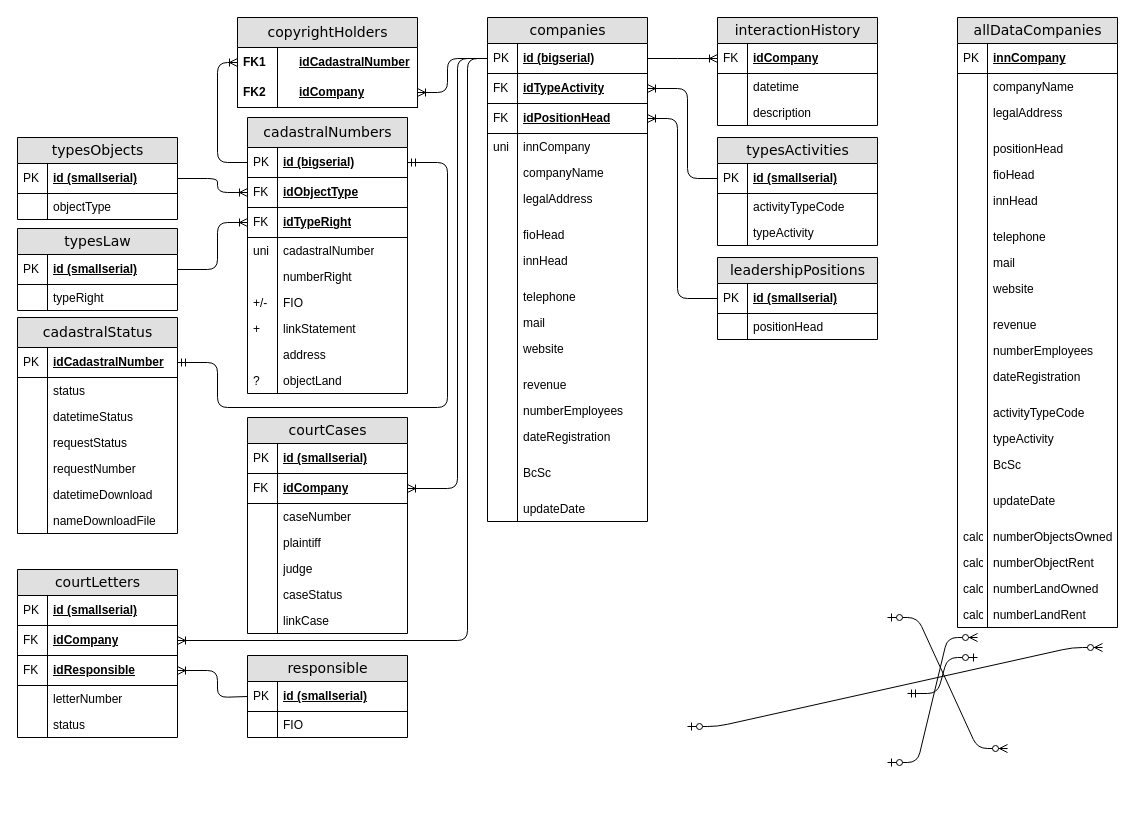
Earlier version of the draw.io diagram Диаграмма без названия.drawio (meadowse/factorial). Source tidied: cells renumbered, new cells numbered last; positions are measured from the earlier drawing's top-left corner, leaving out a move shared by most shapes. Both pictures are drawn from the tidied source at 100%, with x=0, y=0 at pixel (17, 17).
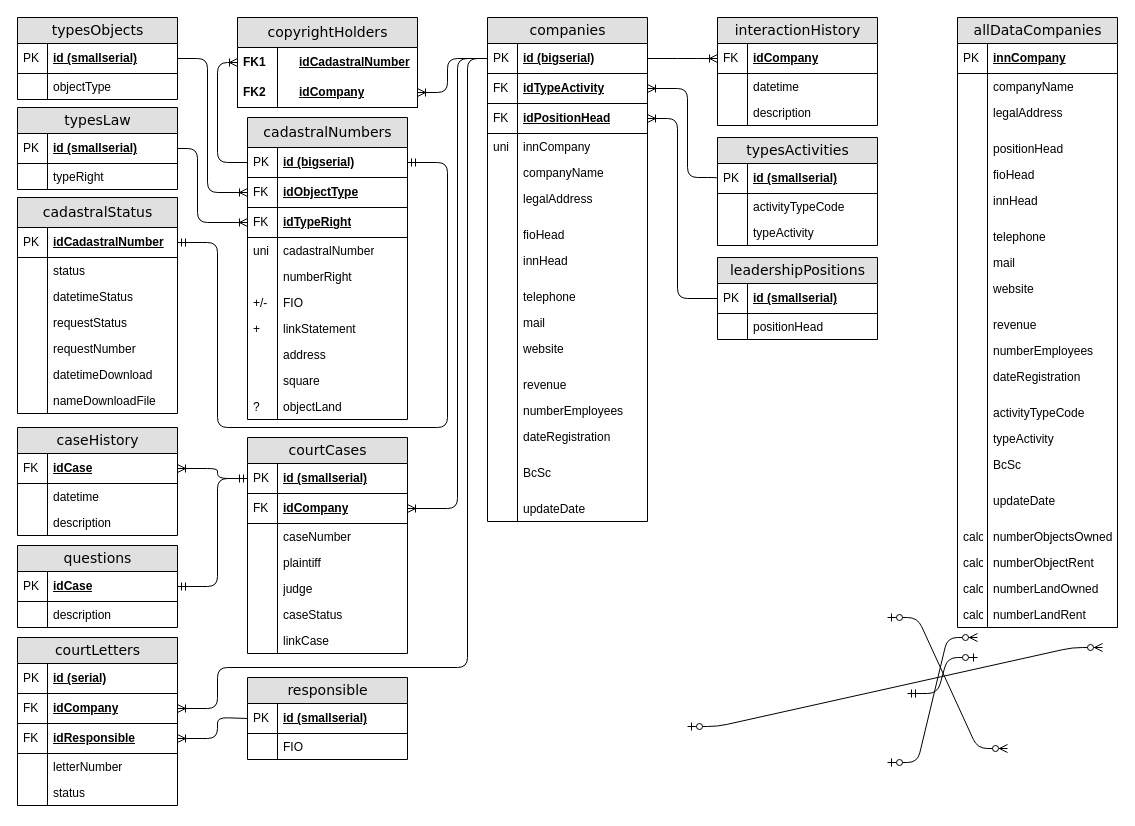
After the change.

Unchanged cells that the change refers to:
```xml
<mxCell id="8" value="id (bigserial)" style="shape=partialRectangle;top=0;left=0;right=0;bottom=1;html=1;align=left;verticalAlign=middle;fillColor=none;spacingLeft=34;spacingRight=4;whiteSpace=wrap;overflow=hidden;points=[[0,0.5],[1,0.5]];portConstraint=eastwest;fontStyle=5;" parent="7" vertex="1">
  <mxGeometry y="26" width="160" height="30" as="geometry" />
</mxCell>
<mxCell id="10" value="idTypeActivity" style="shape=partialRectangle;top=0;left=0;right=0;bottom=1;html=1;align=left;verticalAlign=middle;fillColor=none;spacingLeft=34;spacingRight=4;whiteSpace=wrap;overflow=hidden;points=[[0,0.5],[1,0.5]];portConstraint=eastwest;fontStyle=5;" parent="7" vertex="1">
  <mxGeometry y="56" width="160" height="30" as="geometry" />
</mxCell>
<mxCell id="51" value="id (smallserial)" style="shape=partialRectangle;top=0;left=0;right=0;bottom=1;html=1;align=left;verticalAlign=middle;fillColor=none;spacingLeft=34;spacingRight=4;whiteSpace=wrap;overflow=hidden;points=[[0,0.5],[1,0.5]];portConstraint=eastwest;fontStyle=5;" parent="50" vertex="1">
  <mxGeometry y="26" width="160" height="30" as="geometry" />
</mxCell>
<mxCell id="70" value="id (bigserial)" style="shape=partialRectangle;top=0;left=0;right=0;bottom=1;html=1;align=left;verticalAlign=middle;fillColor=none;spacingLeft=34;spacingRight=4;whiteSpace=wrap;overflow=hidden;points=[[0,0.5],[1,0.5]];portConstraint=eastwest;fontStyle=5;" parent="69" vertex="1">
  <mxGeometry y="30" width="160" height="30" as="geometry" />
</mxCell>
<mxCell id="72" value="idObjectType" style="shape=partialRectangle;top=0;left=0;right=0;bottom=1;html=1;align=left;verticalAlign=middle;fillColor=none;spacingLeft=34;spacingRight=4;whiteSpace=wrap;overflow=hidden;points=[[0,0.5],[1,0.5]];portConstraint=eastwest;fontStyle=5;" parent="69" vertex="1">
  <mxGeometry y="60" width="160" height="30" as="geometry" />
</mxCell>
<mxCell id="74" value="idTypeRight" style="shape=partialRectangle;top=0;left=0;right=0;bottom=1;html=1;align=left;verticalAlign=middle;fillColor=none;spacingLeft=34;spacingRight=4;whiteSpace=wrap;overflow=hidden;points=[[0,0.5],[1,0.5]];portConstraint=eastwest;fontStyle=5;" parent="69" vertex="1">
  <mxGeometry y="90" width="160" height="30" as="geometry" />
</mxCell>
<mxCell id="151" value="id (smallserial)" style="shape=partialRectangle;top=0;left=0;right=0;bottom=1;html=1;align=left;verticalAlign=middle;fillColor=none;spacingLeft=34;spacingRight=4;whiteSpace=wrap;overflow=hidden;points=[[0,0.5],[1,0.5]];portConstraint=eastwest;fontStyle=5;" parent="150" vertex="1">
  <mxGeometry y="26" width="160" height="30" as="geometry" />
</mxCell>
<mxCell id="156" value="id (smallserial)" style="shape=partialRectangle;top=0;left=0;right=0;bottom=1;html=1;align=left;verticalAlign=middle;fillColor=none;spacingLeft=34;spacingRight=4;whiteSpace=wrap;overflow=hidden;points=[[0,0.5],[1,0.5]];portConstraint=eastwest;fontStyle=5;" parent="155" vertex="1">
  <mxGeometry y="26" width="160" height="30" as="geometry" />
</mxCell>
<mxCell id="163" value="idCadastralNumber" style="shape=partialRectangle;top=0;left=0;right=0;bottom=1;html=1;align=left;verticalAlign=middle;fillColor=none;spacingLeft=34;spacingRight=4;whiteSpace=wrap;overflow=hidden;points=[[0,0.5],[1,0.5]];portConstraint=eastwest;fontStyle=5;" parent="162" vertex="1">
  <mxGeometry y="30" width="160" height="30" as="geometry" />
</mxCell>
<mxCell id="179" value="id (smallserial)" style="shape=partialRectangle;top=0;left=0;right=0;bottom=1;html=1;align=left;verticalAlign=middle;fillColor=none;spacingLeft=34;spacingRight=4;whiteSpace=wrap;overflow=hidden;points=[[0,0.5],[1,0.5]];portConstraint=eastwest;fontStyle=5;" parent="178" vertex="1">
  <mxGeometry y="26" width="160" height="30" as="geometry" />
</mxCell>
<mxCell id="181" value="idCompany" style="shape=partialRectangle;top=0;left=0;right=0;bottom=1;html=1;align=left;verticalAlign=middle;fillColor=none;spacingLeft=34;spacingRight=4;whiteSpace=wrap;overflow=hidden;points=[[0,0.5],[1,0.5]];portConstraint=eastwest;fontStyle=5;" parent="178" vertex="1">
  <mxGeometry y="56" width="160" height="30" as="geometry" />
</mxCell>
<mxCell id="197" value="idCompany" style="shape=partialRectangle;top=0;left=0;right=0;bottom=1;html=1;align=left;verticalAlign=middle;fillColor=none;spacingLeft=34;spacingRight=4;whiteSpace=wrap;overflow=hidden;points=[[0,0.5],[1,0.5]];portConstraint=eastwest;fontStyle=5;" parent="194" vertex="1">
  <mxGeometry y="56" width="160" height="30" as="geometry" />
</mxCell>
<mxCell id="199" value="idResponsible" style="shape=partialRectangle;top=0;left=0;right=0;bottom=1;html=1;align=left;verticalAlign=middle;fillColor=none;spacingLeft=34;spacingRight=4;whiteSpace=wrap;overflow=hidden;points=[[0,0.5],[1,0.5]];portConstraint=eastwest;fontStyle=5;" parent="194" vertex="1">
  <mxGeometry y="86" width="160" height="30" as="geometry" />
</mxCell>
<mxCell id="207" value="id (smallserial)" style="shape=partialRectangle;top=0;left=0;right=0;bottom=1;html=1;align=left;verticalAlign=middle;fillColor=none;spacingLeft=34;spacingRight=4;whiteSpace=wrap;overflow=hidden;points=[[0,0.5],[1,0.5]];portConstraint=eastwest;fontStyle=5;" parent="206" vertex="1">
  <mxGeometry y="26" width="160" height="30" as="geometry" />
</mxCell>
```

Diff of the diagram source:
```diff
@@
     <mxCell id="62" style="edgeStyle=orthogonalEdgeStyle;html=1;endArrow=ERoneToMany;startArrow=none;labelBackgroundColor=none;fontFamily=Verdana;fontSize=14;exitX=0;exitY=0.5;endFill=0;startFill=0;entryX=1;entryY=0.5;entryDx=0;entryDy=0;" parent="1" edge="1" source="51" target="10">
       <mxGeometry relative="1" as="geometry">
         <Array as="points">
-          <mxPoint x="670" y="161" />
+          <mxPoint x="700" y="160" />
+          <mxPoint x="670" y="160" />
           <mxPoint x="670" y="71" />
         </Array>
       </mxGeometry>
     </mxCell>
@@
     <mxCell id="69" value="cadastralNumbers" style="swimlane;html=1;fontStyle=0;horizontal=1;startSize=30;fillColor=#e0e0e0;swimlaneFillColor=#ffffff;align=center;rounded=0;shadow=0;comic=0;labelBackgroundColor=none;strokeWidth=1;fontFamily=Verdana;fontSize=14;" parent="1" vertex="1">
-      <mxGeometry x="230" y="100" width="160" height="276" as="geometry" />
+      <mxGeometry x="230" y="100" width="160" height="302" as="geometry" />
     </mxCell>
@@
-    <mxCell id="86" value="objectLand" style="shape=partialRectangle;top=0;left=0;right=0;bottom=0;html=1;align=left;verticalAlign=top;fillColor=none;spacingLeft=34;spacingRight=4;whiteSpace=wrap;overflow=hidden;" parent="69" vertex="1">
+    <mxCell id="86" value="square" style="shape=partialRectangle;top=0;left=0;right=0;bottom=0;html=1;align=left;verticalAlign=top;fillColor=none;spacingLeft=34;spacingRight=4;whiteSpace=wrap;overflow=hidden;" parent="69" vertex="1">
       <mxGeometry y="250" width="160" height="26" as="geometry" />
     </mxCell>
-    <mxCell id="87" value="?" style="shape=partialRectangle;top=0;left=0;bottom=0;html=1;fillColor=none;align=left;verticalAlign=top;spacingLeft=4;spacingRight=4;whiteSpace=wrap;overflow=hidden;" parent="86" vertex="1">
+    <mxCell id="87" style="shape=partialRectangle;top=0;left=0;bottom=0;html=1;fillColor=none;align=left;verticalAlign=top;spacingLeft=4;spacingRight=4;whiteSpace=wrap;overflow=hidden;" parent="86" vertex="1">
       <mxGeometry width="30" height="26" as="geometry" />
     </mxCell>
+    <mxCell id="212" value="objectLand" style="shape=partialRectangle;top=0;left=0;right=0;bottom=0;html=1;align=left;verticalAlign=top;fillColor=none;spacingLeft=34;spacingRight=4;whiteSpace=wrap;overflow=hidden;" parent="69" vertex="1">
+      <mxGeometry y="276" width="160" height="26" as="geometry" />
+    </mxCell>
+    <mxCell id="213" value="?" style="shape=partialRectangle;top=0;left=0;bottom=0;html=1;fillColor=none;align=left;verticalAlign=top;spacingLeft=4;spacingRight=4;whiteSpace=wrap;overflow=hidden;" parent="212" vertex="1">
+      <mxGeometry width="30" height="26" as="geometry" />
+    </mxCell>
@@
     <mxCell id="89" style="edgeStyle=orthogonalEdgeStyle;html=1;endArrow=none;endFill=0;labelBackgroundColor=none;fontFamily=Verdana;fontSize=14;entryX=1;entryY=0.5;entryDx=0;entryDy=0;exitX=0;exitY=0.5;exitDx=0;exitDy=0;startArrow=ERoneToMany;startFill=0;" parent="1" edge="1" source="72" target="151">
       <mxGeometry relative="1" as="geometry">
         <Array as="points">
-          <mxPoint x="200" y="175" />
-          <mxPoint x="200" y="161" />
+          <mxPoint x="190" y="175" />
+          <mxPoint x="190" y="41" />
         </Array>
       </mxGeometry>
     </mxCell>
@@
     <mxCell id="150" value="typesObjects" style="swimlane;html=1;fontStyle=0;horizontal=1;startSize=26;fillColor=#e0e0e0;swimlaneFillColor=#ffffff;align=center;rounded=0;shadow=0;comic=0;labelBackgroundColor=none;strokeWidth=1;fontFamily=Verdana;fontSize=14;" parent="1" vertex="1">
-      <mxGeometry y="120" width="160" height="82" as="geometry" />
+      <mxGeometry width="160" height="82" as="geometry" />
     </mxCell>
@@
     <mxCell id="155" value="typesLaw" style="swimlane;html=1;fontStyle=0;horizontal=1;startSize=26;fillColor=#e0e0e0;swimlaneFillColor=#ffffff;align=center;rounded=0;shadow=0;comic=0;labelBackgroundColor=none;strokeWidth=1;fontFamily=Verdana;fontSize=14;" parent="1" vertex="1">
-      <mxGeometry y="211" width="160" height="82" as="geometry" />
+      <mxGeometry y="90" width="160" height="82" as="geometry" />
     </mxCell>
@@
     <mxCell id="161" style="edgeStyle=orthogonalEdgeStyle;html=1;endArrow=none;endFill=0;labelBackgroundColor=none;fontFamily=Verdana;fontSize=14;entryX=1;entryY=0.5;entryDx=0;entryDy=0;exitX=0;exitY=0.5;exitDx=0;exitDy=0;startArrow=ERoneToMany;startFill=0;" parent="1" edge="1" source="74" target="156">
       <mxGeometry relative="1" as="geometry">
         <Array as="points">
-          <mxPoint x="200" y="205" />
-          <mxPoint x="200" y="252" />
+          <mxPoint x="180" y="205" />
+          <mxPoint x="180" y="131" />
         </Array>
       </mxGeometry>
     </mxCell>
     <mxCell id="162" value="cadastralStatus" style="swimlane;html=1;fontStyle=0;horizontal=1;startSize=30;fillColor=#e0e0e0;swimlaneFillColor=#ffffff;align=center;rounded=0;shadow=0;comic=0;labelBackgroundColor=none;strokeWidth=1;fontFamily=Verdana;fontSize=14;" parent="1" vertex="1">
-      <mxGeometry y="300" width="160" height="216" as="geometry" />
+      <mxGeometry y="180" width="160" height="216" as="geometry" />
     </mxCell>
@@
     <mxCell id="177" style="edgeStyle=orthogonalEdgeStyle;html=1;endArrow=ERmandOne;endFill=0;labelBackgroundColor=none;fontFamily=Verdana;fontSize=14;entryX=1;entryY=0.5;entryDx=0;entryDy=0;exitX=1;exitY=0.5;exitDx=0;exitDy=0;startArrow=ERmandOne;startFill=0;" parent="1" edge="1" source="70" target="163">
       <mxGeometry relative="1" as="geometry">
         <Array as="points">
           <mxPoint x="430" y="145" />
-          <mxPoint x="430" y="390" />
-          <mxPoint x="200" y="390" />
-          <mxPoint x="200" y="345" />
+          <mxPoint x="430" y="410" />
+          <mxPoint x="200" y="410" />
+          <mxPoint x="200" y="225" />
         </Array>
       </mxGeometry>
     </mxCell>
     <mxCell id="178" value="courtСases" style="swimlane;html=1;fontStyle=0;horizontal=1;startSize=26;fillColor=#e0e0e0;swimlaneFillColor=#ffffff;align=center;rounded=0;shadow=0;comic=0;labelBackgroundColor=none;strokeWidth=1;fontFamily=Verdana;fontSize=14;" parent="1" vertex="1">
-      <mxGeometry x="230" y="400" width="160" height="216" as="geometry" />
+      <mxGeometry x="230" y="420" width="160" height="216" as="geometry" />
     </mxCell>
@@
-    <mxCell id="193" style="edgeStyle=orthogonalEdgeStyle;html=1;endArrow=none;startArrow=ERoneToMany;labelBackgroundColor=none;fontFamily=Verdana;fontSize=14;exitX=1;exitY=0.5;exitDx=0;exitDy=0;entryX=0;entryY=0.5;entryDx=0;entryDy=0;endFill=0;startFill=0;" parent="1" edge="1" source="181" target="8">
+    <mxCell id="193" style="edgeStyle=orthogonalEdgeStyle;html=1;endArrow=none;startArrow=ERoneToMany;labelBackgroundColor=none;fontFamily=Verdana;fontSize=14;entryX=0;entryY=0.5;entryDx=0;entryDy=0;endFill=0;startFill=0;exitX=1;exitY=0.5;exitDx=0;exitDy=0;" parent="1" edge="1" source="181" target="8">
       <mxGeometry relative="1" as="geometry">
         <Array as="points">
-          <mxPoint x="440" y="471" />
+          <mxPoint x="440" y="491" />
           <mxPoint x="440" y="41" />
         </Array>
       </mxGeometry>
     </mxCell>
     <mxCell id="194" value="courtLetters" style="swimlane;html=1;fontStyle=0;horizontal=1;startSize=26;fillColor=#e0e0e0;swimlaneFillColor=#ffffff;align=center;rounded=0;shadow=0;comic=0;labelBackgroundColor=none;strokeWidth=1;fontFamily=Verdana;fontSize=14;" parent="1" vertex="1">
-      <mxGeometry y="552" width="160" height="168" as="geometry" />
+      <mxGeometry y="620" width="160" height="168" as="geometry" />
     </mxCell>
-    <mxCell id="195" value="id (smallserial)" style="shape=partialRectangle;top=0;left=0;right=0;bottom=1;html=1;align=left;verticalAlign=middle;fillColor=none;spacingLeft=34;spacingRight=4;whiteSpace=wrap;overflow=hidden;fontStyle=5;" parent="194" vertex="1">
+    <mxCell id="195" value="id (serial)" style="shape=partialRectangle;top=0;left=0;right=0;bottom=1;html=1;align=left;verticalAlign=middle;fillColor=none;spacingLeft=34;spacingRight=4;whiteSpace=wrap;overflow=hidden;fontStyle=5;" parent="194" vertex="1">
       <mxGeometry y="26" width="160" height="30" as="geometry" />
     </mxCell>
@@
     <mxCell id="205" style="edgeStyle=orthogonalEdgeStyle;html=1;endArrow=none;startArrow=ERoneToMany;labelBackgroundColor=none;fontFamily=Verdana;fontSize=14;exitX=1;exitY=0.5;exitDx=0;exitDy=0;entryX=0;entryY=0.5;entryDx=0;entryDy=0;endFill=0;startFill=0;" parent="1" edge="1" source="197" target="8">
       <mxGeometry relative="1" as="geometry">
         <Array as="points">
-          <mxPoint x="450" y="623" />
+          <mxPoint x="200" y="691" />
+          <mxPoint x="200" y="650" />
+          <mxPoint x="450" y="650" />
           <mxPoint x="450" y="41" />
         </Array>
       </mxGeometry>
     </mxCell>
     <mxCell id="206" value="responsible" style="swimlane;html=1;fontStyle=0;horizontal=1;startSize=26;fillColor=#e0e0e0;swimlaneFillColor=#ffffff;align=center;rounded=0;shadow=0;comic=0;labelBackgroundColor=none;strokeWidth=1;fontFamily=Verdana;fontSize=14;" parent="1" vertex="1">
-      <mxGeometry x="230" y="638" width="160" height="82" as="geometry" />
+      <mxGeometry x="230" y="660" width="160" height="82" as="geometry" />
     </mxCell>
@@
     <mxCell id="211" style="edgeStyle=orthogonalEdgeStyle;html=1;endArrow=none;startArrow=ERoneToMany;labelBackgroundColor=none;fontFamily=Verdana;fontSize=14;exitX=1;exitY=0.5;exitDx=0;exitDy=0;entryX=0;entryY=0.5;entryDx=0;entryDy=0;endFill=0;startFill=0;" parent="1" edge="1" source="199" target="207">
       <mxGeometry relative="1" as="geometry">
         <Array as="points">
-          <mxPoint x="200" y="653" />
-          <mxPoint x="200" y="680" />
+          <mxPoint x="200" y="721" />
+          <mxPoint x="200" y="700" />
         </Array>
       </mxGeometry>
     </mxCell>
+    <mxCell id="214" value="caseHistory" style="swimlane;html=1;fontStyle=0;horizontal=1;startSize=26;fillColor=#e0e0e0;swimlaneFillColor=#ffffff;align=center;rounded=0;shadow=0;comic=0;labelBackgroundColor=none;strokeWidth=1;fontFamily=Verdana;fontSize=14;" parent="1" vertex="1">
+      <mxGeometry y="410" width="160" height="108" as="geometry" />
+    </mxCell>
+    <mxCell id="215" value="idCase" style="shape=partialRectangle;top=0;left=0;right=0;bottom=1;html=1;align=left;verticalAlign=middle;fillColor=none;spacingLeft=34;spacingRight=4;whiteSpace=wrap;overflow=hidden;points=[[0,0.5],[1,0.5]];portConstraint=eastwest;fontStyle=5;" parent="214" vertex="1">
+      <mxGeometry y="26" width="160" height="30" as="geometry" />
+    </mxCell>
+    <mxCell id="216" value="FK" style="shape=partialRectangle;top=0;left=0;bottom=0;html=1;fillColor=none;align=left;verticalAlign=middle;spacingLeft=4;spacingRight=4;whiteSpace=wrap;overflow=hidden;" parent="215" vertex="1">
+      <mxGeometry width="30" height="30" as="geometry" />
+    </mxCell>
+    <mxCell id="217" value="datetime" style="shape=partialRectangle;top=0;left=0;right=0;bottom=0;html=1;align=left;verticalAlign=top;fillColor=none;spacingLeft=34;spacingRight=4;whiteSpace=wrap;overflow=hidden;" parent="214" vertex="1">
+      <mxGeometry y="56" width="160" height="26" as="geometry" />
+    </mxCell>
+    <mxCell id="218" style="shape=partialRectangle;top=0;left=0;bottom=0;html=1;fillColor=none;align=left;verticalAlign=top;spacingLeft=4;spacingRight=4;whiteSpace=wrap;overflow=hidden;" parent="217" vertex="1">
+      <mxGeometry width="30" height="26" as="geometry" />
+    </mxCell>
+    <mxCell id="219" value="description" style="shape=partialRectangle;top=0;left=0;right=0;bottom=0;html=1;align=left;verticalAlign=top;fillColor=none;spacingLeft=34;spacingRight=4;whiteSpace=wrap;overflow=hidden;" parent="214" vertex="1">
+      <mxGeometry y="82" width="160" height="26" as="geometry" />
+    </mxCell>
+    <mxCell id="220" style="shape=partialRectangle;top=0;left=0;bottom=0;html=1;fillColor=none;align=left;verticalAlign=top;spacingLeft=4;spacingRight=4;whiteSpace=wrap;overflow=hidden;" parent="219" vertex="1">
+      <mxGeometry width="30" height="26" as="geometry" />
+    </mxCell>
+    <mxCell id="221" style="edgeStyle=orthogonalEdgeStyle;html=1;endArrow=ERoneToMany;endFill=0;startArrow=none;labelBackgroundColor=none;fontFamily=Verdana;fontSize=14;exitX=0;exitY=0.5;entryX=1;entryY=0.5;entryDx=0;entryDy=0;exitDx=0;exitDy=0;startFill=0;" parent="1" edge="1" source="179" target="215">
+      <mxGeometry relative="1" as="geometry">
+        <Array as="points">
+          <mxPoint x="200" y="461" />
+          <mxPoint x="200" y="451" />
+        </Array>
+      </mxGeometry>
+    </mxCell>
+    <mxCell id="222" value="questions" style="swimlane;html=1;fontStyle=0;horizontal=1;startSize=26;fillColor=#e0e0e0;swimlaneFillColor=#ffffff;align=center;rounded=0;shadow=0;comic=0;labelBackgroundColor=none;strokeWidth=1;fontFamily=Verdana;fontSize=14;" parent="1" vertex="1">
+      <mxGeometry y="528" width="160" height="82" as="geometry" />
+    </mxCell>
+    <mxCell id="223" value="idCase" style="shape=partialRectangle;top=0;left=0;right=0;bottom=1;html=1;align=left;verticalAlign=middle;fillColor=none;spacingLeft=34;spacingRight=4;whiteSpace=wrap;overflow=hidden;points=[[0,0.5],[1,0.5]];portConstraint=eastwest;fontStyle=5;" parent="222" vertex="1">
+      <mxGeometry y="26" width="160" height="30" as="geometry" />
+    </mxCell>
+    <mxCell id="224" value="PK" style="shape=partialRectangle;top=0;left=0;bottom=0;html=1;fillColor=none;align=left;verticalAlign=middle;spacingLeft=4;spacingRight=4;whiteSpace=wrap;overflow=hidden;" parent="223" vertex="1">
+      <mxGeometry width="30" height="30" as="geometry" />
+    </mxCell>
+    <mxCell id="225" value="description" style="shape=partialRectangle;top=0;left=0;right=0;bottom=0;html=1;align=left;verticalAlign=top;fillColor=none;spacingLeft=34;spacingRight=4;whiteSpace=wrap;overflow=hidden;" parent="222" vertex="1">
+      <mxGeometry y="56" width="160" height="26" as="geometry" />
+    </mxCell>
+    <mxCell id="226" style="shape=partialRectangle;top=0;left=0;bottom=0;html=1;fillColor=none;align=left;verticalAlign=top;spacingLeft=4;spacingRight=4;whiteSpace=wrap;overflow=hidden;" parent="225" vertex="1">
+      <mxGeometry width="30" height="26" as="geometry" />
+    </mxCell>
+    <mxCell id="227" style="edgeStyle=orthogonalEdgeStyle;html=1;endArrow=ERmandOne;endFill=0;startArrow=ERmandOne;labelBackgroundColor=none;fontFamily=Verdana;fontSize=14;entryX=1;entryY=0.5;entryDx=0;entryDy=0;startFill=0;" parent="1" edge="1" target="223">
+      <mxGeometry relative="1" as="geometry">
+        <mxPoint x="230" y="461" as="sourcePoint" />
+        <Array as="points">
+          <mxPoint x="200" y="461" />
+          <mxPoint x="200" y="569" />
+        </Array>
+      </mxGeometry>
+    </mxCell>
```
